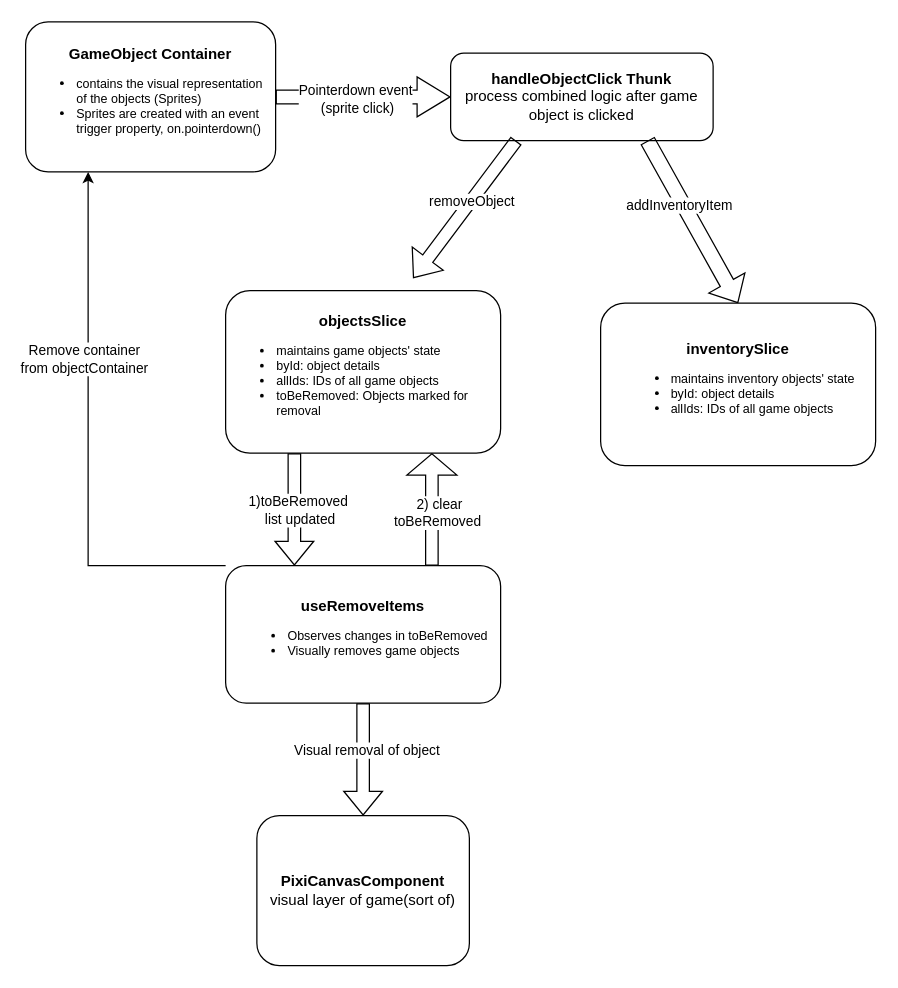
Dallon/InnerPlot keeps this draw.io diagram as diagrams/ItemPickUp.drawio. Above is the earlier version. Source tidied: cells renumbered, new cells numbered last; positions are measured from the earlier drawing's top-left corner, leaving out a move shared by most shapes. Both pictures are drawn from the tidied source at 125%, with x=0, y=0 at pixel (25, 21).
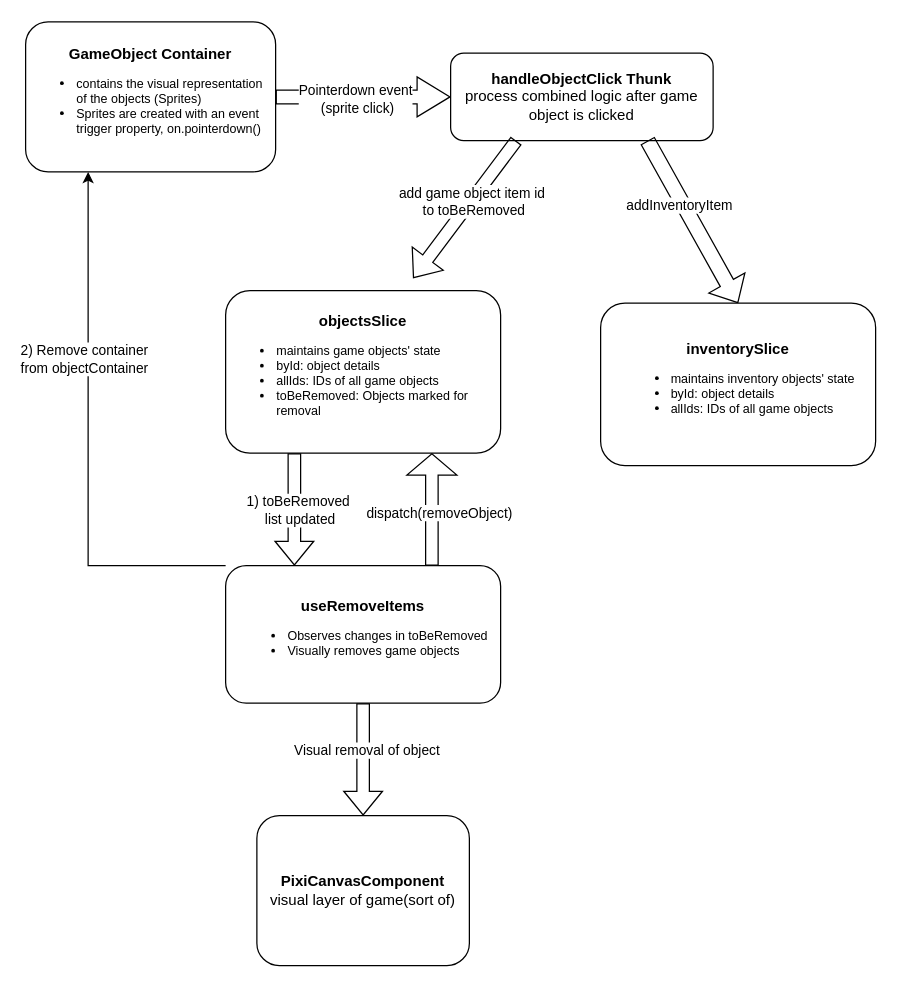
Above is the later version.

Unchanged cells that the change refers to:
```xml
<mxCell id="6" style="shape=flexArrow;endArrow=classic;html=1;rounded=0;exitX=0.25;exitY=1;exitDx=0;exitDy=0;entryX=0.5;entryY=0;entryDx=0;entryDy=0;" parent="1" edge="1" source="5">
  <mxGeometry relative="1" as="geometry">
    <mxPoint x="310" y="205" as="targetPoint" />
  </mxGeometry>
</mxCell>
<mxCell id="11" style="shape=flexArrow;endArrow=classic;html=1;rounded=0;exitX=0.25;exitY=1;exitDx=0;exitDy=0;entryX=0.25;entryY=0;entryDx=0;entryDy=0;" parent="1" edge="1" source="10" target="15">
  <mxGeometry relative="1" as="geometry" />
</mxCell>
<mxCell id="13" style="edgeStyle=orthogonalEdgeStyle;rounded=0;jettySize=auto;html=1;exitX=0;exitY=0;exitDx=0;exitDy=0;entryX=0.25;entryY=1;entryDx=0;entryDy=0;" parent="1" edge="1" source="15" target="2">
  <mxGeometry relative="1" as="geometry">
    <Array as="points">
      <mxPoint x="50" y="435" />
    </Array>
  </mxGeometry>
</mxCell>
<mxCell id="19" style="shape=flexArrow;endArrow=classic;html=1;rounded=0;exitX=0.75;exitY=0;exitDx=0;exitDy=0;entryX=0.75;entryY=1;entryDx=0;entryDy=0;endWidth=29;endSize=5.35;" parent="1" edge="1" source="15" target="10">
  <mxGeometry relative="1" as="geometry" />
</mxCell>
```

What changed in the source:
```diff
@@
-    <mxCell id="7" value="removeObject" style="edgeLabel;html=1;align=center;verticalAlign=middle;" parent="6" vertex="1">
+    <mxCell id="7" value="add game object item id&lt;br&gt;&amp;nbsp;to toBeRemoved" style="edgeLabel;html=1;align=center;verticalAlign=middle;" parent="6" vertex="1">
       <mxGeometry x="-0.12" y="1" relative="1" as="geometry">
         <mxPoint y="-1" as="offset" />
       </mxGeometry>
     </mxCell>
@@
-    <mxCell id="12" value="1)toBeRemoved&lt;br&gt;&amp;nbsp;list updated" style="edgeLabel;html=1;align=center;verticalAlign=middle;" parent="11" vertex="1">
+    <mxCell id="12" value="1) toBeRemoved&lt;br&gt;&amp;nbsp;list updated" style="edgeLabel;html=1;align=center;verticalAlign=middle;" parent="11" vertex="1">
       <mxGeometry x="0.01" y="2" relative="1" as="geometry" />
     </mxCell>
@@
-    <mxCell id="14" value="Remove container&lt;br&gt;from objectContainer" style="edgeLabel;html=1;align=center;verticalAlign=middle;" parent="13" vertex="1">
+    <mxCell id="14" value="2) Remove container&lt;br&gt;from objectContainer" style="edgeLabel;html=1;align=center;verticalAlign=middle;" parent="13" vertex="1">
       <mxGeometry x="0.3" y="3" relative="1" as="geometry" />
     </mxCell>
@@
-    <mxCell id="20" value="2) clear &lt;br&gt;toBeRemoved&amp;nbsp;" style="edgeLabel;html=1;align=center;verticalAlign=middle;" parent="19" vertex="1">
+    <mxCell id="20" value="dispatch(removeObject)" style="edgeLabel;html=1;align=center;verticalAlign=middle;" parent="19" vertex="1">
       <mxGeometry x="-0.05" y="-5" relative="1" as="geometry" />
     </mxCell>
```
